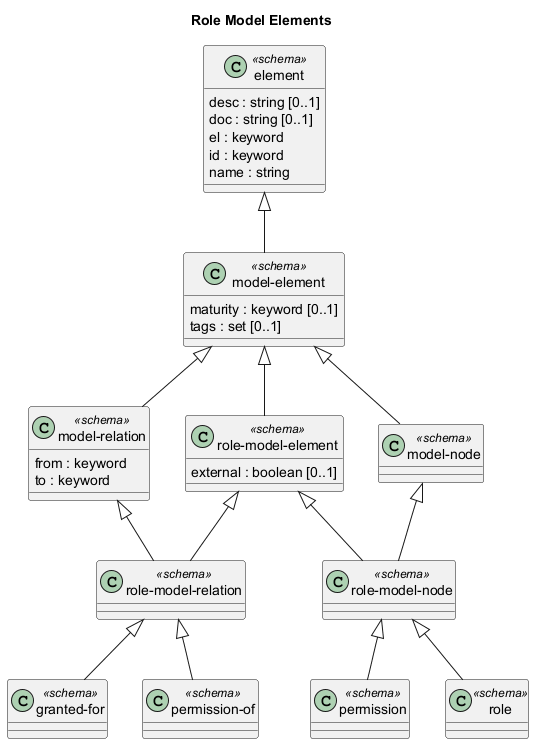
Before: docs/overarch/data-model/role-model-elements.png, a diagram exported from PlantUML (soulspace-org/overarch).
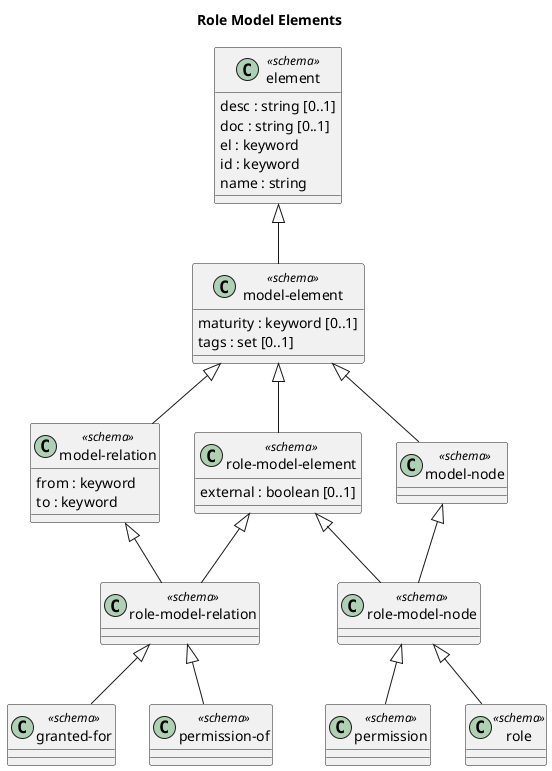
The same diagram one commit later.

The edit, as a diff of the source:
```diff
@@ -3,8 +3,10 @@
 class "role-model-element" as overarch_dataModel_roleModelElement <<schema>> {
   external : boolean [0..1]
 }
-class "model-node" as overarch_dataModel_modelNode <<schema>> {}
-class "granted-for" as overarch_dataModel_grantedFor <<schema>> {}
+class "model-node" as overarch_dataModel_modelNode <<schema>> {
+}
+class "granted-for" as overarch_dataModel_grantedFor <<schema>> {
+}
 class "element" as overarch_dataModel_element <<schema>> {
   desc : string [0..1]
   doc : string [0..1]
@@ -12,15 +14,20 @@
   id : keyword
   name : string
 }
-class "permission" as overarch_dataModel_permission <<schema>> {}
+class "permission" as overarch_dataModel_permission <<schema>> {
+}
 class "model-element" as overarch_dataModel_modelElement <<schema>> {
   maturity : keyword [0..1]
   tags : set [0..1]
 }
-class "permission-of" as overarch_dataModel_permissionOf <<schema>> {}
-class "role" as overarch_dataModel_role <<schema>> {}
-class "role-model-relation" as overarch_dataModel_roleModelRelation <<schema>> {}
-class "role-model-node" as overarch_dataModel_roleModelNode <<schema>> {}
+class "permission-of" as overarch_dataModel_permissionOf <<schema>> {
+}
+class "role" as overarch_dataModel_role <<schema>> {
+}
+class "role-model-relation" as overarch_dataModel_roleModelRelation <<schema>> {
+}
+class "role-model-node" as overarch_dataModel_roleModelNode <<schema>> {
+}
 class "model-relation" as overarch_dataModel_modelRelation <<schema>> {
   from : keyword
   to : keyword
```
